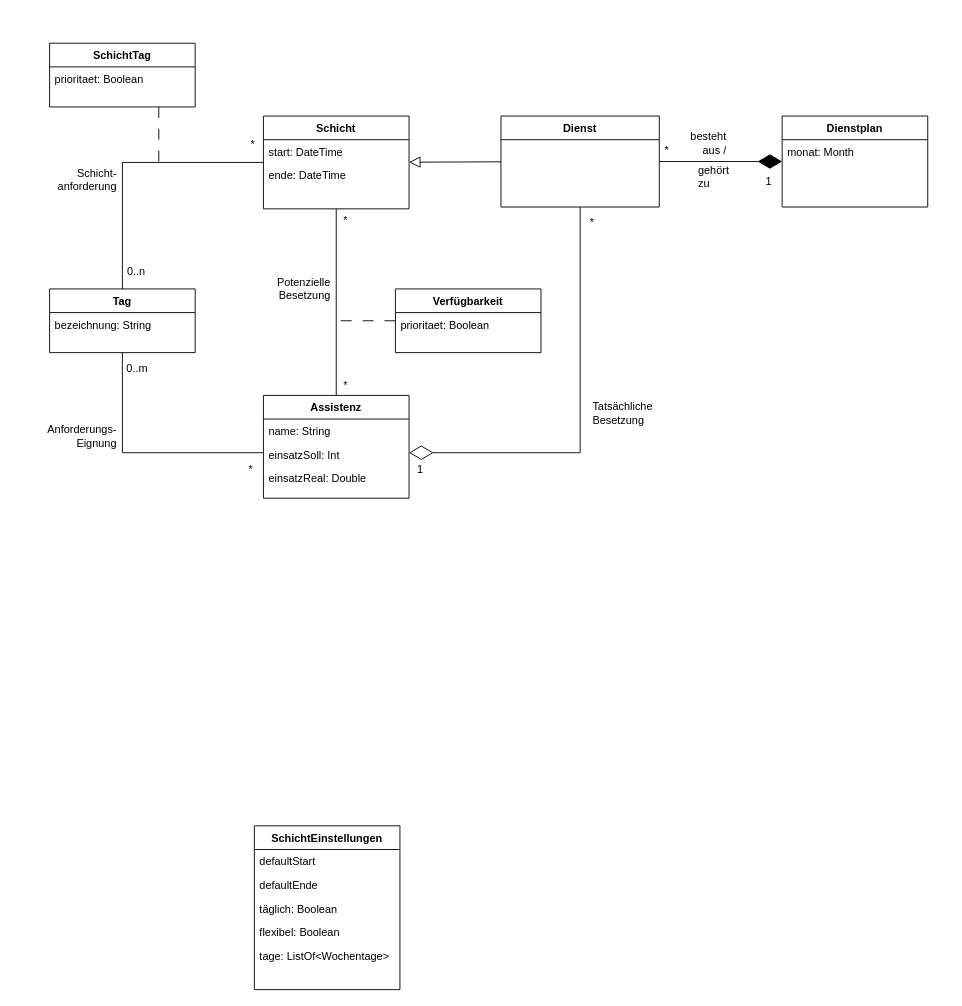
The draw.io diagram page "V-1" (1 of 2) of 4_Entwurf/4_UML/4_UML_Klassendiagramme/Domänenklassendiagramm_Anforderungsspezifikation.drawio in annikalenneper/praxisprojekt_mi_bachelor_SoSe24, before the edit. Source tidied: cells renumbered, new cells numbered last; positions are measured from the earlier drawing's top-left corner, leaving out a move shared by most shapes. Both pictures are drawn from the tidied source at 91%, with x=0, y=0 at pixel (26, 43).
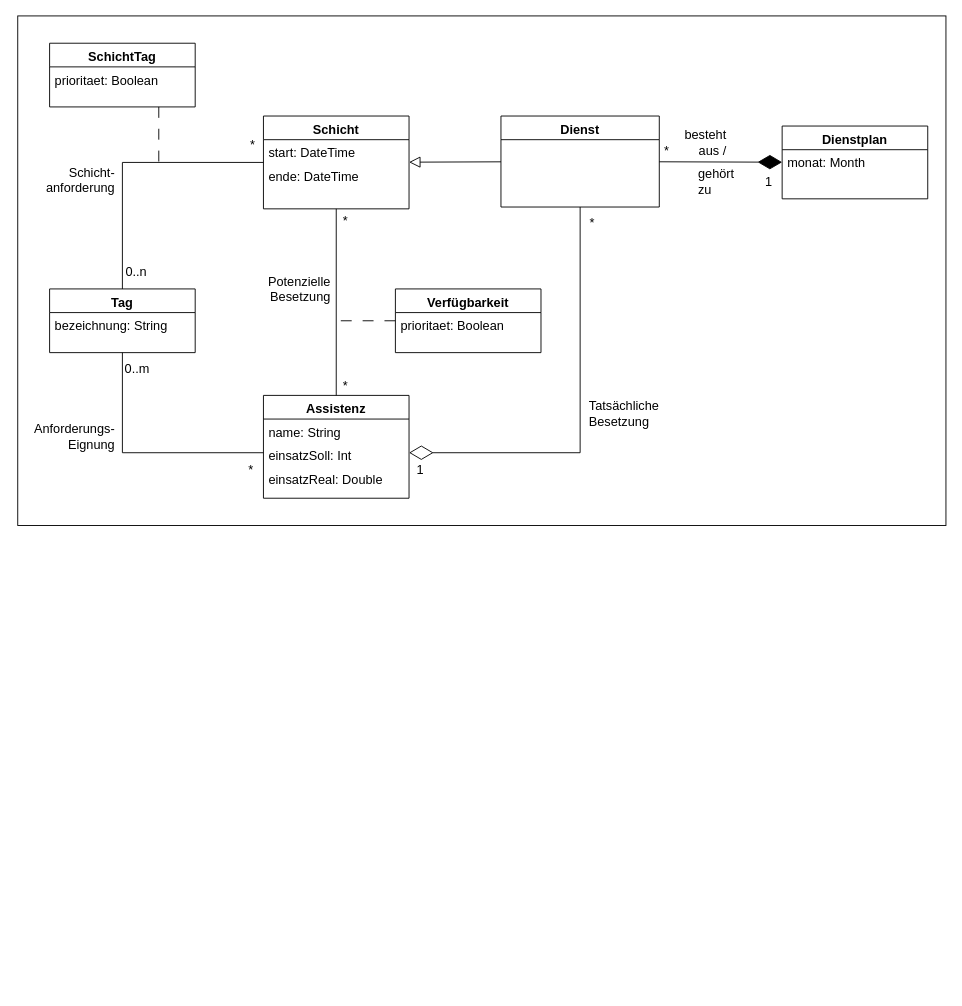
Above is the later version.

What changed in the source:
```diff
@@
+    <mxCell id="48" style="rounded=0;whiteSpace=wrap;html=1;" parent="1" vertex="1">
+      <mxGeometry x="-10" y="-30" width="1020" height="560" as="geometry" />
+    </mxCell>
-    <mxCell id="2" value="Schicht" style="swimlane;fontStyle=1;align=center;verticalAlign=top;horizontal=1;startSize=26;rounded=0;shadow=0;strokeWidth=1;" parent="1" vertex="1">
+    <mxCell id="2" value="Schicht" style="swimlane;fontStyle=1;align=center;verticalAlign=top;horizontal=1;startSize=26;rounded=0;shadow=0;strokeWidth=1;fontSize=14;" parent="1" vertex="1">
       <mxGeometry x="260" y="80" width="160" height="102" as="geometry" />
     </mxCell>
-    <mxCell id="3" value="start: DateTime" style="text;align=left;verticalAlign=top;spacingLeft=4;spacingRight=4;overflow=hidden;rounded=0;shadow=0;html=0;" parent="2" vertex="1">
+    <mxCell id="3" value="start: DateTime" style="text;align=left;verticalAlign=top;spacingLeft=4;spacingRight=4;overflow=hidden;rounded=0;shadow=0;html=0;fontSize=14;" parent="2" vertex="1">
       <mxGeometry y="26" width="160" height="26" as="geometry" />
     </mxCell>
-    <mxCell id="4" value="ende: DateTime" style="text;align=left;verticalAlign=top;spacingLeft=4;spacingRight=4;overflow=hidden;rounded=0;shadow=0;html=0;" parent="2" vertex="1">
+    <mxCell id="4" value="ende: DateTime" style="text;align=left;verticalAlign=top;spacingLeft=4;spacingRight=4;overflow=hidden;rounded=0;shadow=0;html=0;fontSize=14;" parent="2" vertex="1">
       <mxGeometry y="52" width="160" height="26" as="geometry" />
     </mxCell>
-    <mxCell id="5" value="Verfügbarkeit" style="swimlane;fontStyle=1;align=center;verticalAlign=top;horizontal=1;startSize=26;rounded=0;shadow=0;strokeWidth=1;" parent="1" vertex="1">
+    <mxCell id="5" value="Verfügbarkeit" style="swimlane;fontStyle=1;align=center;verticalAlign=top;horizontal=1;startSize=26;rounded=0;shadow=0;strokeWidth=1;fontSize=14;" parent="1" vertex="1">
       <mxGeometry x="405" y="270" width="160" height="70" as="geometry" />
     </mxCell>
-    <mxCell id="6" value="prioritaet: Boolean" style="text;align=left;verticalAlign=top;spacingLeft=4;spacingRight=4;overflow=hidden;" parent="5" vertex="1">
+    <mxCell id="6" value="prioritaet: Boolean" style="text;align=left;verticalAlign=top;spacingLeft=4;spacingRight=4;overflow=hidden;fontSize=14;" parent="5" vertex="1">
       <mxGeometry y="26" width="160" height="24" as="geometry" />
     </mxCell>
-    <mxCell id="7" value="Tag" style="swimlane;fontStyle=1;align=center;verticalAlign=top;horizontal=1;startSize=26;rounded=0;shadow=0;strokeWidth=1;" parent="1" vertex="1">
+    <mxCell id="7" value="Tag" style="swimlane;fontStyle=1;align=center;verticalAlign=top;horizontal=1;startSize=26;rounded=0;shadow=0;strokeWidth=1;fontSize=14;" parent="1" vertex="1">
       <mxGeometry x="25" y="270" width="160" height="70" as="geometry" />
     </mxCell>
-    <mxCell id="8" value="bezeichnung: String" style="text;align=left;verticalAlign=top;spacingLeft=4;spacingRight=4;overflow=hidden;rounded=0;shadow=0;html=0;" parent="7" vertex="1">
+    <mxCell id="8" value="bezeichnung: String" style="text;align=left;verticalAlign=top;spacingLeft=4;spacingRight=4;overflow=hidden;rounded=0;shadow=0;html=0;fontSize=14;" parent="7" vertex="1">
       <mxGeometry y="26" width="160" height="26" as="geometry" />
     </mxCell>
-    <mxCell id="9" value="Assistenz" style="swimlane;fontStyle=1;align=center;verticalAlign=top;horizontal=1;startSize=26;rounded=0;shadow=0;strokeWidth=1;" parent="1" vertex="1">
+    <mxCell id="9" value="Assistenz" style="swimlane;fontStyle=1;align=center;verticalAlign=top;horizontal=1;startSize=26;rounded=0;shadow=0;strokeWidth=1;fontSize=14;" parent="1" vertex="1">
       <mxGeometry x="260" y="387" width="160" height="113" as="geometry" />
     </mxCell>
-    <mxCell id="10" value="name: String" style="text;align=left;verticalAlign=top;spacingLeft=4;spacingRight=4;overflow=hidden;" parent="9" vertex="1">
+    <mxCell id="10" value="name: String" style="text;align=left;verticalAlign=top;spacingLeft=4;spacingRight=4;overflow=hidden;fontSize=14;" parent="9" vertex="1">
       <mxGeometry y="26" width="160" height="26" as="geometry" />
     </mxCell>
-    <mxCell id="11" value="einsatzSoll: Int" style="text;align=left;verticalAlign=top;spacingLeft=4;spacingRight=4;overflow=hidden;rounded=0;shadow=0;html=0;" parent="9" vertex="1">
+    <mxCell id="11" value="einsatzSoll: Int" style="text;align=left;verticalAlign=top;spacingLeft=4;spacingRight=4;overflow=hidden;rounded=0;shadow=0;html=0;fontSize=14;" parent="9" vertex="1">
       <mxGeometry y="52" width="160" height="26" as="geometry" />
     </mxCell>
-    <mxCell id="12" value="einsatzReal: Double" style="text;align=left;verticalAlign=top;spacingLeft=4;spacingRight=4;overflow=hidden;rounded=0;shadow=0;html=0;" parent="9" vertex="1">
+    <mxCell id="12" value="einsatzReal: Double" style="text;align=left;verticalAlign=top;spacingLeft=4;spacingRight=4;overflow=hidden;rounded=0;shadow=0;html=0;fontSize=14;" parent="9" vertex="1">
       <mxGeometry y="78" width="160" height="26" as="geometry" />
     </mxCell>
-    <mxCell id="13" value="Dienst" style="swimlane;fontStyle=1;align=center;verticalAlign=top;horizontal=1;startSize=26;rounded=0;shadow=0;strokeWidth=1;" parent="1" vertex="1">
+    <mxCell id="13" value="Dienst" style="swimlane;fontStyle=1;align=center;verticalAlign=top;horizontal=1;startSize=26;rounded=0;shadow=0;strokeWidth=1;fontSize=14;" parent="1" vertex="1">
       <mxGeometry x="521" y="80" width="174" height="100" as="geometry" />
     </mxCell>
-    <mxCell id="14" value="Dienstplan" style="swimlane;fontStyle=1;align=center;verticalAlign=top;horizontal=1;startSize=26;rounded=0;shadow=0;strokeWidth=1;" parent="1" vertex="1">
-      <mxGeometry x="830" y="80" width="160" height="100" as="geometry" />
+    <mxCell id="14" value="Dienstplan" style="swimlane;fontStyle=1;align=center;verticalAlign=top;horizontal=1;startSize=26;rounded=0;shadow=0;strokeWidth=1;fontSize=14;" parent="1" vertex="1">
+      <mxGeometry x="830" y="91" width="160" height="80" as="geometry" />
     </mxCell>
-    <mxCell id="15" value="monat: Month" style="text;align=left;verticalAlign=top;spacingLeft=4;spacingRight=4;overflow=hidden;rounded=0;shadow=0;html=0;" parent="14" vertex="1">
+    <mxCell id="15" value="monat: Month" style="text;align=left;verticalAlign=top;spacingLeft=4;spacingRight=4;overflow=hidden;rounded=0;shadow=0;html=0;fontSize=14;" parent="14" vertex="1">
       <mxGeometry y="26" width="160" height="26" as="geometry" />
     </mxCell>
-    <mxCell id="16" style="endArrow=block;endSize=10;endFill=0;shadow=0;strokeWidth=1;rounded=0;elbow=vertical;" parent="1" edge="1" source="13" target="2">
+    <mxCell id="16" style="endArrow=block;endSize=10;endFill=0;shadow=0;strokeWidth=1;rounded=0;elbow=vertical;fontSize=14;" parent="1" edge="1" source="13" target="2">
       <mxGeometry relative="1" as="geometry" />
     </mxCell>
-    <mxCell id="17" style="endArrow=diamondThin;endFill=1;endSize=24;html=1;rounded=0;" parent="1" edge="1" source="13" target="14">
+    <mxCell id="17" style="endArrow=diamondThin;endFill=1;endSize=24;html=1;rounded=0;fontSize=14;" parent="1" edge="1" source="13" target="14">
       <mxGeometry relative="1" as="geometry" />
     </mxCell>
-    <mxCell id="18" style="endArrow=none;startArrow=none;endFill=0;startFill=0;html=1;rounded=0;" parent="1" edge="1" source="2" target="9">
+    <mxCell id="18" style="endArrow=none;startArrow=none;endFill=0;startFill=0;html=1;rounded=0;fontSize=14;" parent="1" edge="1" source="2" target="9">
       <mxGeometry relative="1" as="geometry" />
     </mxCell>
-    <mxCell id="19" style="endArrow=none;startArrow=none;endFill=0;startFill=0;html=1;rounded=0;edgeStyle=orthogonalEdgeStyle;" parent="1" edge="1" source="7" target="9">
+    <mxCell id="19" style="endArrow=none;startArrow=none;endFill=0;startFill=0;html=1;rounded=0;edgeStyle=orthogonalEdgeStyle;fontSize=14;" parent="1" edge="1" source="7" target="9">
       <mxGeometry relative="1" as="geometry">
         <Array as="points">
           <mxPoint x="105" y="450" />
         </Array>
       </mxGeometry>
     </mxCell>
-    <mxCell id="20" style="endArrow=none;startArrow=none;endFill=0;startFill=0;html=1;rounded=0;edgeStyle=orthogonalEdgeStyle;" parent="1" edge="1" source="7" target="2">
+    <mxCell id="20" style="endArrow=none;startArrow=none;endFill=0;startFill=0;html=1;rounded=0;edgeStyle=orthogonalEdgeStyle;fontSize=14;" parent="1" edge="1" source="7" target="2">
       <mxGeometry relative="1" as="geometry">
         <Array as="points">
           <mxPoint x="105" y="131" />
         </Array>
       </mxGeometry>
     </mxCell>
-    <mxCell id="21" value="SchichtTag" style="swimlane;fontStyle=1;align=center;verticalAlign=top;horizontal=1;startSize=26;rounded=0;shadow=0;strokeWidth=1;" parent="1" vertex="1">
+    <mxCell id="21" value="SchichtTag" style="swimlane;fontStyle=1;align=center;verticalAlign=top;horizontal=1;startSize=26;rounded=0;shadow=0;strokeWidth=1;fontSize=14;" parent="1" vertex="1">
       <mxGeometry x="25" width="160" height="70" as="geometry" />
     </mxCell>
-    <mxCell id="22" value="prioritaet: Boolean" style="text;align=left;verticalAlign=top;spacingLeft=4;spacingRight=4;overflow=hidden;" parent="21" vertex="1">
+    <mxCell id="22" value="prioritaet: Boolean" style="text;align=left;verticalAlign=top;spacingLeft=4;spacingRight=4;overflow=hidden;fontSize=14;" parent="21" vertex="1">
       <mxGeometry y="26" width="160" height="24" as="geometry" />
     </mxCell>
-    <mxCell id="23" style="endArrow=none;startArrow=none;endFill=0;startFill=0;html=1;rounded=0;dashed=1;dashPattern=12 12;" parent="1" edge="1" target="5">
+    <mxCell id="23" style="endArrow=none;startArrow=none;endFill=0;startFill=0;html=1;rounded=0;dashed=1;dashPattern=12 12;fontSize=14;" parent="1" edge="1" target="5">
       <mxGeometry relative="1" as="geometry">
         <mxPoint x="345" y="305" as="sourcePoint" />
       </mxGeometry>
     </mxCell>
-    <mxCell id="24" style="endArrow=none;startArrow=none;endFill=0;startFill=0;html=1;rounded=0;dashed=1;dashPattern=12 12;exitX=0.75;exitY=1;exitDx=0;exitDy=0;" parent="1" edge="1" source="21">
+    <mxCell id="24" style="endArrow=none;startArrow=none;endFill=0;startFill=0;html=1;rounded=0;dashed=1;dashPattern=12 12;exitX=0.75;exitY=1;exitDx=0;exitDy=0;fontSize=14;" parent="1" edge="1" source="21">
       <mxGeometry relative="1" as="geometry">
         <mxPoint x="145" y="130" as="targetPoint" />
       </mxGeometry>
     </mxCell>
-    <mxCell id="25" value="1" style="text;html=1;align=center;verticalAlign=middle;strokeColor=none;fillColor=none;" parent="1" vertex="1">
+    <mxCell id="25" value="1" style="text;html=1;align=center;verticalAlign=middle;strokeColor=none;fillColor=none;fontSize=14;" parent="1" vertex="1">
       <mxGeometry x="417" y="454" width="30" height="30" as="geometry" />
     </mxCell>
-    <mxCell id="26" value="*" style="text;html=1;align=center;verticalAlign=middle;strokeColor=none;fillColor=none;" parent="1" vertex="1">
+    <mxCell id="26" value="*" style="text;html=1;align=center;verticalAlign=middle;strokeColor=none;fillColor=none;fontSize=14;" parent="1" vertex="1">
       <mxGeometry x="233" y="97" width="30" height="30" as="geometry" />
     </mxCell>
-    <mxCell id="27" value="0..n" style="text;html=1;align=center;verticalAlign=middle;strokeColor=none;fillColor=none;" parent="1" vertex="1">
-      <mxGeometry x="100" y="236" width="40" height="30" as="geometry" />
+    <mxCell id="27" value="0..n" style="text;html=1;align=center;verticalAlign=middle;strokeColor=none;fillColor=none;fontSize=14;" parent="1" vertex="1">
+      <mxGeometry x="95" y="236" width="50" height="30" as="geometry" />
     </mxCell>
-    <mxCell id="28" value="0..m" style="text;html=1;align=center;verticalAlign=middle;strokeColor=none;fillColor=none;" parent="1" vertex="1">
+    <mxCell id="28" value="0..m" style="text;html=1;align=center;verticalAlign=middle;strokeColor=none;fillColor=none;fontSize=14;" parent="1" vertex="1">
       <mxGeometry x="96" y="343" width="50" height="30" as="geometry" />
     </mxCell>
-    <mxCell id="29" style="endArrow=diamondThin;endFill=0;endSize=24;html=1;rounded=0;exitX=0.5;exitY=1;exitDx=0;exitDy=0;edgeStyle=orthogonalEdgeStyle;" parent="1" edge="1" source="13">
+    <mxCell id="29" style="endArrow=diamondThin;endFill=0;endSize=24;html=1;rounded=0;exitX=0.5;exitY=1;exitDx=0;exitDy=0;edgeStyle=orthogonalEdgeStyle;fontSize=14;" parent="1" edge="1" source="13">
       <mxGeometry relative="1" as="geometry">
         <mxPoint x="420" y="450" as="targetPoint" />
         <Array as="points">
           <mxPoint x="608" y="450" />
           <mxPoint x="420" y="450" />
         </Array>
       </mxGeometry>
     </mxCell>
-    <mxCell id="30" value="*" style="text;html=1;align=center;verticalAlign=middle;strokeColor=none;fillColor=none;" parent="1" vertex="1">
+    <mxCell id="30" value="*" style="text;html=1;align=center;verticalAlign=middle;strokeColor=none;fillColor=none;fontSize=14;" parent="1" vertex="1">
       <mxGeometry x="688" y="103" width="30" height="30" as="geometry" />
     </mxCell>
-    <mxCell id="31" value="*" style="text;html=1;align=center;verticalAlign=middle;strokeColor=none;fillColor=none;" parent="1" vertex="1">
+    <mxCell id="31" value="*" style="text;html=1;align=center;verticalAlign=middle;strokeColor=none;fillColor=none;fontSize=14;" parent="1" vertex="1">
       <mxGeometry x="606" y="182" width="30" height="30" as="geometry" />
     </mxCell>
-    <mxCell id="32" value="*" style="text;html=1;align=center;verticalAlign=middle;strokeColor=none;fillColor=none;" parent="1" vertex="1">
+    <mxCell id="32" value="*" style="text;html=1;align=center;verticalAlign=middle;strokeColor=none;fillColor=none;fontSize=14;" parent="1" vertex="1">
       <mxGeometry x="335" y="362" width="30" height="30" as="geometry" />
     </mxCell>
-    <mxCell id="33" value="*" style="text;html=1;align=center;verticalAlign=middle;strokeColor=none;fillColor=none;" parent="1" vertex="1">
+    <mxCell id="33" value="*" style="text;html=1;align=center;verticalAlign=middle;strokeColor=none;fillColor=none;fontSize=14;" parent="1" vertex="1">
       <mxGeometry x="335" y="180" width="30" height="30" as="geometry" />
     </mxCell>
-    <mxCell id="34" value="*" style="text;html=1;align=center;verticalAlign=middle;strokeColor=none;fillColor=none;" parent="1" vertex="1">
+    <mxCell id="34" value="*" style="text;html=1;align=center;verticalAlign=middle;strokeColor=none;fillColor=none;fontSize=14;" parent="1" vertex="1">
       <mxGeometry x="231" y="454" width="30" height="30" as="geometry" />
     </mxCell>
-    <mxCell id="35" value="Schicht-&lt;div&gt;anforderung&lt;/div&gt;" style="text;html=1;align=right;verticalAlign=middle;strokeColor=none;fillColor=none;" parent="1" vertex="1">
-      <mxGeometry x="10" y="130" width="90" height="40" as="geometry" />
+    <mxCell id="35" value="Schicht-&lt;div&gt;anforderung&lt;/div&gt;" style="text;html=1;align=right;verticalAlign=middle;strokeColor=none;fillColor=none;fontSize=14;" parent="1" vertex="1">
+      <mxGeometry x="-2" y="125" width="100" height="50" as="geometry" />
     </mxCell>
-    <mxCell id="36" value="Anforderungs-&lt;div&gt;Eignung&lt;/div&gt;" style="text;html=1;align=right;verticalAlign=middle;strokeColor=none;fillColor=none;" parent="1" vertex="1">
-      <mxGeometry y="412" width="100" height="40" as="geometry" />
+    <mxCell id="36" value="Anforderungs-&lt;div&gt;Eignung&lt;/div&gt;" style="text;html=1;align=right;verticalAlign=middle;strokeColor=none;fillColor=none;fontSize=14;" parent="1" vertex="1">
+      <mxGeometry x="-12" y="407" width="110" height="50" as="geometry" />
     </mxCell>
-    <mxCell id="37" value="Potenzielle&lt;br&gt;Besetzung" style="text;html=1;align=right;verticalAlign=middle;strokeColor=none;fillColor=none;" parent="1" vertex="1">
-      <mxGeometry x="255" y="250" width="80" height="40" as="geometry" />
+    <mxCell id="37" value="Potenzielle&lt;br&gt;Besetzung" style="text;html=1;align=right;verticalAlign=middle;strokeColor=none;fillColor=none;fontSize=14;" parent="1" vertex="1">
+      <mxGeometry x="245" y="245" width="90" height="50" as="geometry" />
     </mxCell>
-    <mxCell id="38" value="Tatsächliche&lt;div&gt;Besetzung&lt;/div&gt;" style="text;html=1;align=left;verticalAlign=middle;strokeColor=none;fillColor=none;" parent="1" vertex="1">
-      <mxGeometry x="620" y="387" width="90" height="40" as="geometry" />
+    <mxCell id="38" value="Tatsächliche&lt;div&gt;Besetzung&lt;/div&gt;" style="text;html=1;align=left;verticalAlign=middle;strokeColor=none;fillColor=none;fontSize=14;" parent="1" vertex="1">
+      <mxGeometry x="616" y="382" width="100" height="50" as="geometry" />
     </mxCell>
-    <mxCell id="39" value="besteht&lt;div&gt;aus /&lt;/div&gt;" style="text;html=1;align=right;verticalAlign=middle;strokeColor=none;fillColor=none;" parent="1" vertex="1">
-      <mxGeometry x="710" y="90" width="60" height="40" as="geometry" />
+    <mxCell id="39" value="besteht&lt;div&gt;aus /&lt;/div&gt;" style="text;html=1;align=right;verticalAlign=middle;strokeColor=none;fillColor=none;fontSize=14;" parent="1" vertex="1">
+      <mxGeometry x="700" y="84" width="70" height="50" as="geometry" />
     </mxCell>
-    <mxCell id="40" value="gehört&lt;div&gt;zu&lt;/div&gt;" style="text;html=1;align=left;verticalAlign=middle;strokeColor=none;fillColor=none;" parent="1" vertex="1">
-      <mxGeometry x="736" y="127" width="60" height="40" as="geometry" />
+    <mxCell id="40" value="gehört&lt;div&gt;zu&lt;/div&gt;" style="text;html=1;align=left;verticalAlign=middle;strokeColor=none;fillColor=none;fontSize=14;" parent="1" vertex="1">
+      <mxGeometry x="736" y="127" width="60" height="50" as="geometry" />
     </mxCell>
-    <mxCell id="41" value="SchichtEinstellungen" style="swimlane;fontStyle=1;align=center;verticalAlign=top;horizontal=1;startSize=26;rounded=0;shadow=0;strokeWidth=1;" parent="1" vertex="1">
-      <mxGeometry x="250" y="860" width="160" height="180" as="geometry" />
-    </mxCell>
-    <mxCell id="42" value="defaultStart" style="text;align=left;verticalAlign=top;spacingLeft=4;spacingRight=4;overflow=hidden;" parent="41" vertex="1">
-      <mxGeometry y="26" width="160" height="26" as="geometry" />
-    </mxCell>
-    <mxCell id="43" value="defaultEnde" style="text;align=left;verticalAlign=top;spacingLeft=4;spacingRight=4;overflow=hidden;rounded=0;shadow=0;html=0;" parent="41" vertex="1">
-      <mxGeometry y="52" width="160" height="26" as="geometry" />
-    </mxCell>
-    <mxCell id="44" value="täglich: Boolean" style="text;align=left;verticalAlign=top;spacingLeft=4;spacingRight=4;overflow=hidden;rounded=0;shadow=0;html=0;" parent="41" vertex="1">
-      <mxGeometry y="78" width="160" height="26" as="geometry" />
-    </mxCell>
-    <mxCell id="45" value="flexibel: Boolean" style="text;align=left;verticalAlign=top;spacingLeft=4;spacingRight=4;overflow=hidden;rounded=0;shadow=0;html=0;" parent="41" vertex="1">
-      <mxGeometry y="104" width="160" height="26" as="geometry" />
-    </mxCell>
-    <mxCell id="46" value="tage: ListOf&lt;Wochentage&gt;" style="text;align=left;verticalAlign=top;spacingLeft=4;spacingRight=4;overflow=hidden;rounded=0;shadow=0;html=0;" parent="41" vertex="1">
-      <mxGeometry y="130" width="160" height="26" as="geometry" />
-    </mxCell>
-    <mxCell id="47" value="1" style="text;html=1;align=center;verticalAlign=middle;strokeColor=none;fillColor=none;" parent="1" vertex="1">
+    <mxCell id="47" value="1" style="text;html=1;align=center;verticalAlign=middle;strokeColor=none;fillColor=none;fontSize=14;" parent="1" vertex="1">
       <mxGeometry x="800" y="137" width="30" height="30" as="geometry" />
     </mxCell>
```
